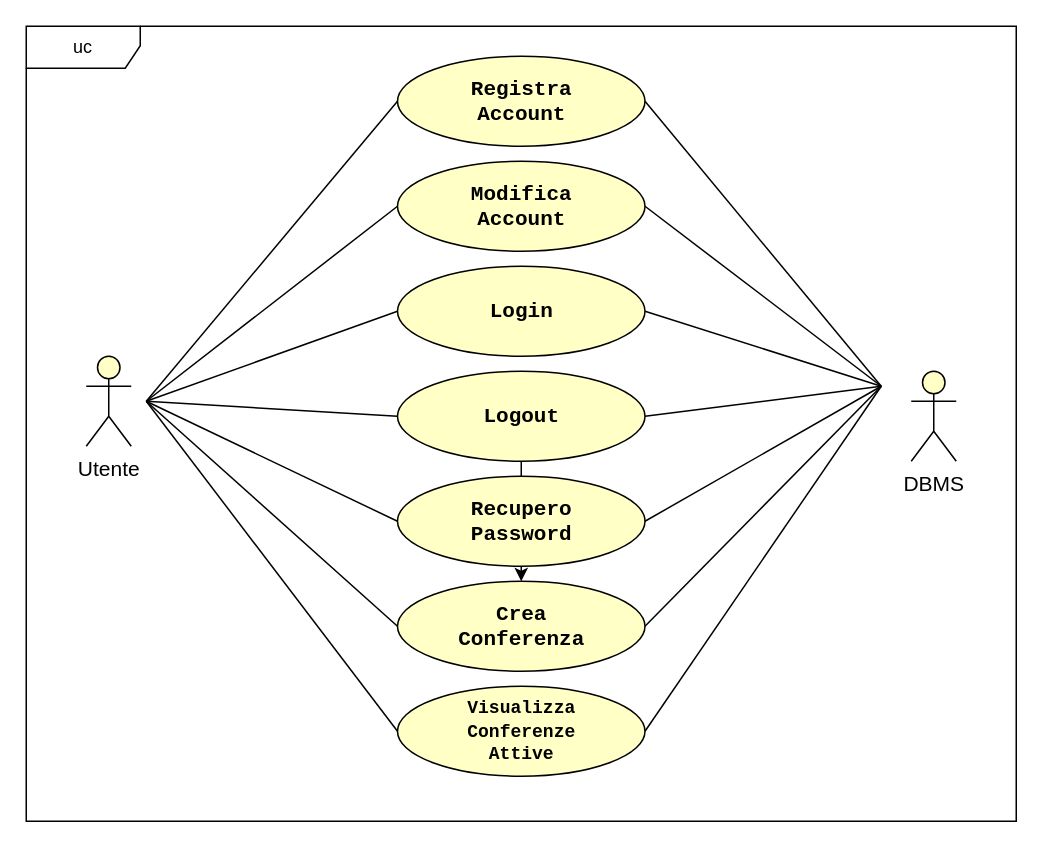
This is RAD/raw/GestioneAccount.drawio from Gabro29/IngegneriaSoftware, a draw.io file, before an edit. Source tidied: cells renumbered, new cells numbered last; positions are measured from the earlier drawing's top-left corner, leaving out a move shared by most shapes. Both pictures are drawn from the tidied source at 150%, with x=0, y=0 at pixel (26, 26).
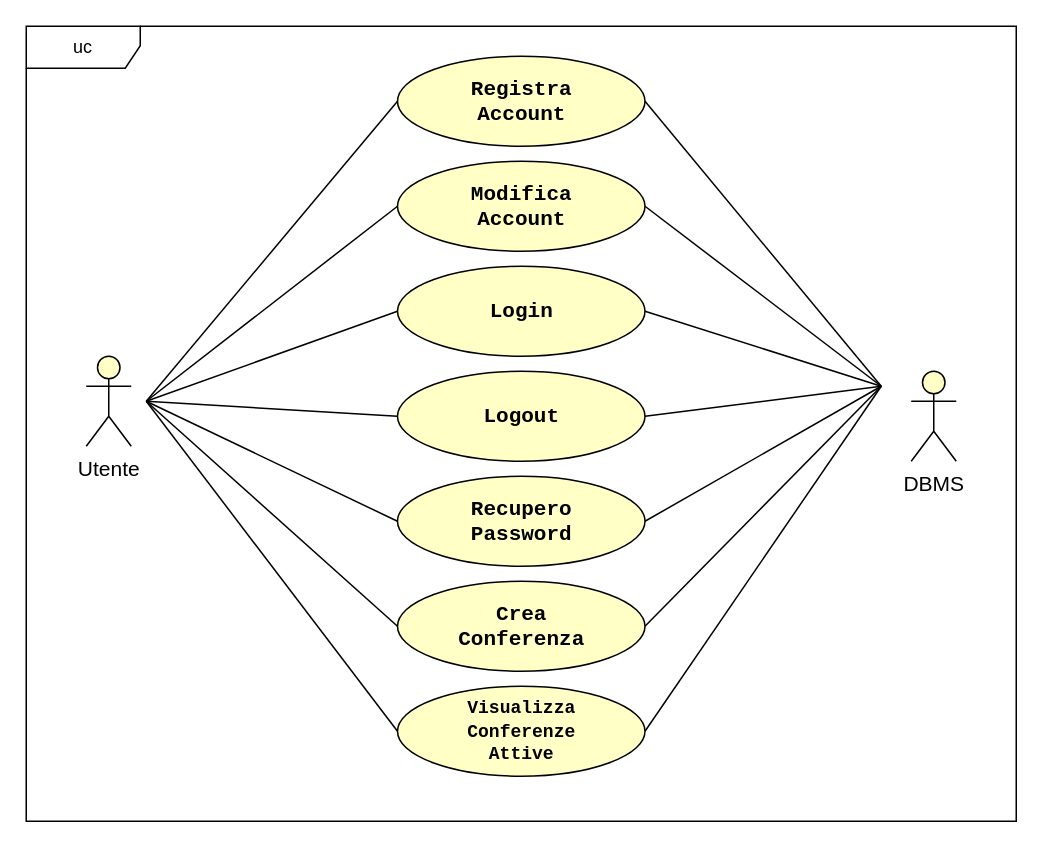
The same page after the edit.

Unchanged cells that the change refers to:
```xml
<mxCell id="6" value="&lt;font style=&quot;color: light-dark(rgb(0, 0, 0), rgb(0, 0, 0));&quot; face=&quot;Courier New&quot;&gt;&lt;span style=&quot;font-size: 14px;&quot;&gt;&lt;b&gt;Logout&lt;/b&gt;&lt;/span&gt;&lt;/font&gt;" style="ellipse;whiteSpace=wrap;html=1;fillColor=light-dark(#FFFFC6,#FDF89C);strokeColor=light-dark(#000000,#000000);" parent="1" vertex="1">
  <mxGeometry x="247.5" y="230" width="165" height="60" as="geometry" />
</mxCell>
<mxCell id="8" value="&lt;font face=&quot;Courier New&quot; style=&quot;color: light-dark(rgb(0, 0, 0), rgb(0, 0, 0));&quot;&gt;&lt;span style=&quot;font-size: 14px;&quot;&gt;&lt;b style=&quot;&quot;&gt;Crea&lt;/b&gt;&lt;/span&gt;&lt;/font&gt;&lt;div&gt;&lt;font face=&quot;Courier New&quot; style=&quot;color: light-dark(rgb(0, 0, 0), rgb(0, 0, 0));&quot;&gt;&lt;span style=&quot;font-size: 14px;&quot;&gt;&lt;b style=&quot;&quot;&gt;Conferenza&lt;/b&gt;&lt;/span&gt;&lt;/font&gt;&lt;/div&gt;" style="ellipse;whiteSpace=wrap;html=1;fillColor=light-dark(#FFFFC6,#FDF89C);strokeColor=light-dark(#000000,#000000);" parent="1" vertex="1">
  <mxGeometry x="247.5" y="370" width="165" height="60" as="geometry" />
</mxCell>
```

The edit, as a diff of the source:
```diff
@@
-    <mxCell id="5" style="edgeStyle=orthogonalEdgeStyle;rounded=0;jettySize=auto;html=1;" parent="1" edge="1" source="6" target="8">
-      <mxGeometry relative="1" as="geometry" />
-    </mxCell>
```
